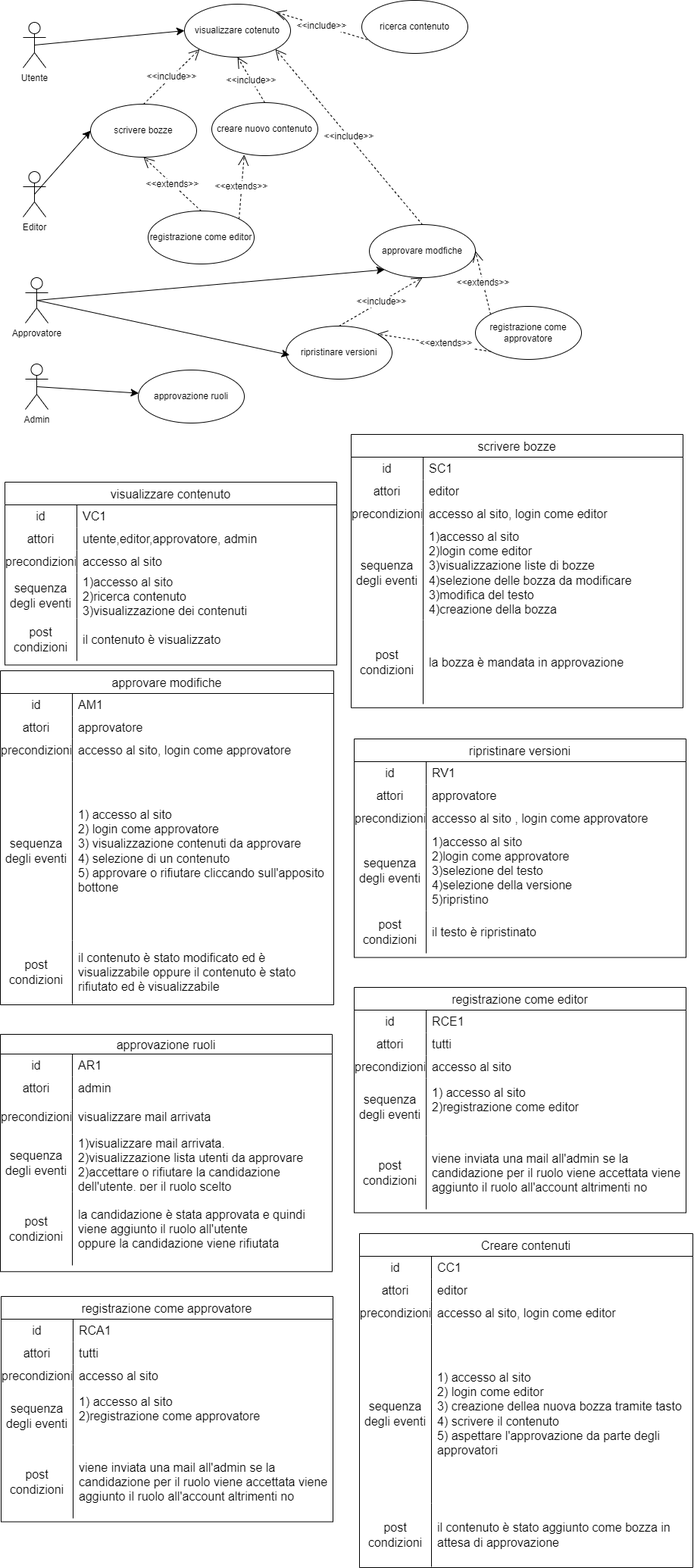
AngeloRipamonti/5C_WikiStudenti_DiDonnaKotisRipamontiTacconi keeps this draw.io diagram as assets/schemas/Casi d'uso.drawio.png. Above is the earlier version. Source tidied: cells renumbered, new cells last; positions are measured from the earlier drawing's top-left corner, leaving out a move shared by most shapes.
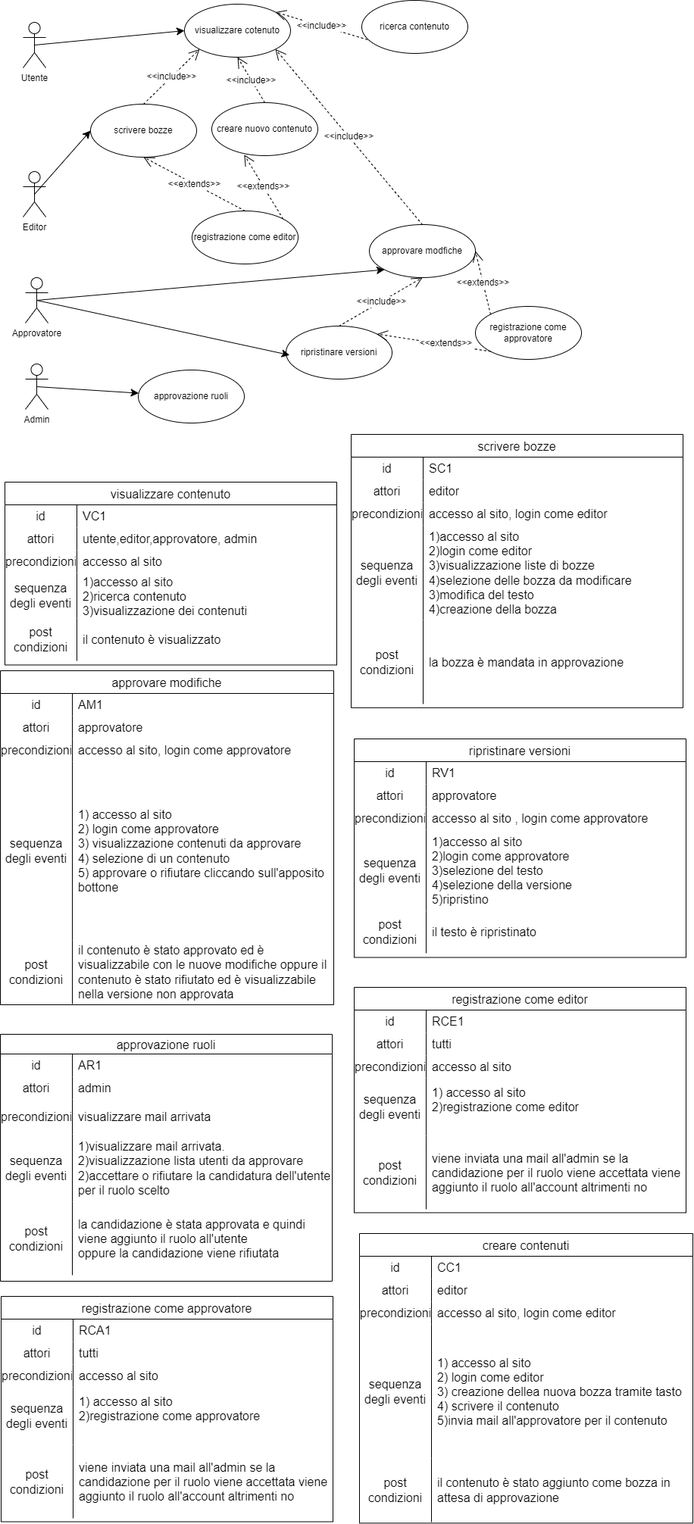
After the commit.

Commit message:
casi d'uso quasi finiti

What changed in the source:
```diff
@@ -194,7 +194,7 @@
     <mxCell id="65" value="post condizioni" style="shape=partialRectangle;html=1;whiteSpace=wrap;fillColor=none;top=0;left=0;bottom=0;right=0;overflow=hidden;strokeColor=inherit;fontSize=16;" parent="64" vertex="1">
       <mxGeometry width="95" height="84" as="geometry" />
     </mxCell>
-    <mxCell id="66" value="il contenuto è stato modificato ed è visualizzabile oppure il contenuto è stato rifiutato ed è visualizzabile" style="shape=partialRectangle;html=1;whiteSpace=wrap;fillColor=none;top=0;left=0;bottom=0;right=0;align=left;spacingLeft=6;overflow=hidden;strokeColor=inherit;fontSize=16;" parent="64" vertex="1">
+    <mxCell id="66" value="il contenuto è stato approvato ed è visualizzabile con le nuove modifiche oppure il contenuto è stato rifiutato ed è visualizzabile nella versione non approvata" style="shape=partialRectangle;html=1;whiteSpace=wrap;fillColor=none;top=0;left=0;bottom=0;right=0;align=left;spacingLeft=6;overflow=hidden;strokeColor=inherit;fontSize=16;" parent="64" vertex="1">
       <mxGeometry x="95" width="345" height="84" as="geometry" />
     </mxCell>
     <mxCell id="67" value="ripristinare versioni" style="shape=table;startSize=30;rowLines=0;fontStyle=0;strokeColor=default;fontSize=16;" parent="1" vertex="1">
@@ -246,7 +246,7 @@
       <mxGeometry x="95" width="343" height="56" as="geometry" />
     </mxCell>
     <mxCell id="83" value="approvazione ruoli" style="shape=table;startSize=26;rowLines=0;fontStyle=0;strokeColor=default;fontSize=16;" parent="1" vertex="1">
-      <mxGeometry y="1365" width="438" height="313.3" as="geometry" />
+      <mxGeometry y="1365" width="438" height="326" as="geometry" />
     </mxCell>
     <mxCell id="84" style="shape=tableRow;horizontal=0;startSize=0;swimlaneHead=0;swimlaneBody=0;top=0;left=0;bottom=0;right=0;fillColor=none;strokeColor=inherit;fontSize=16;" parent="83" vertex="1">
       <mxGeometry y="26" width="438" height="30" as="geometry" />
@@ -276,16 +276,16 @@
       <mxGeometry x="95" width="343" height="46" as="geometry" />
     </mxCell>
     <mxCell id="93" style="shape=tableRow;horizontal=0;startSize=0;swimlaneHead=0;swimlaneBody=0;top=0;left=0;bottom=0;right=0;fillColor=none;strokeColor=inherit;fontSize=16;" parent="83" vertex="1">
-      <mxGeometry y="132" width="438" height="76" as="geometry" />
+      <mxGeometry y="132" width="438" height="89" as="geometry" />
     </mxCell>
     <mxCell id="94" value="sequenza degli eventi" style="shape=partialRectangle;html=1;whiteSpace=wrap;fillColor=none;top=0;left=0;bottom=0;right=0;overflow=hidden;strokeColor=inherit;fontSize=16;" parent="93" vertex="1">
-      <mxGeometry width="95" height="76" as="geometry" />
+      <mxGeometry width="95" height="89" as="geometry" />
     </mxCell>
-    <mxCell id="95" value="1)visualizzare mail arrivata.&lt;div&gt;&lt;font color=&quot;#000000&quot;&gt;2)visualizzazione lista utenti da approvare&lt;br&gt;&lt;/font&gt;&lt;div&gt;2)accettare o rifiutare la candidazione dell'utente. per il ruolo scelto&lt;/div&gt;&lt;/div&gt;" style="shape=partialRectangle;html=1;whiteSpace=wrap;fillColor=none;top=0;left=0;bottom=0;right=0;align=left;spacingLeft=6;overflow=hidden;strokeColor=inherit;fontSize=16;" parent="93" vertex="1">
-      <mxGeometry x="95" width="343" height="76" as="geometry" />
+    <mxCell id="95" value="1)visualizzare mail arrivata.&lt;div&gt;&lt;font color=&quot;#000000&quot;&gt;2)visualizzazione lista utenti da approvare&lt;br&gt;&lt;/font&gt;&lt;div&gt;2)accettare o rifiutare la candidatura dell'utente per il ruolo scelto&lt;/div&gt;&lt;/div&gt;" style="shape=partialRectangle;html=1;whiteSpace=wrap;fillColor=none;top=0;left=0;bottom=0;right=0;align=left;spacingLeft=6;overflow=hidden;strokeColor=inherit;fontSize=16;" parent="93" vertex="1">
+      <mxGeometry x="95" width="343" height="89" as="geometry" />
     </mxCell>
     <mxCell id="96" style="shape=tableRow;horizontal=0;startSize=0;swimlaneHead=0;swimlaneBody=0;top=0;left=0;bottom=0;right=0;fillColor=none;strokeColor=inherit;fontSize=16;" parent="83" vertex="1">
-      <mxGeometry y="208" width="438" height="97" as="geometry" />
+      <mxGeometry y="221" width="438" height="97" as="geometry" />
     </mxCell>
     <mxCell id="97" value="post condizioni" style="shape=partialRectangle;html=1;whiteSpace=wrap;fillColor=none;top=0;left=0;bottom=0;right=0;overflow=hidden;strokeColor=inherit;fontSize=16;" parent="96" vertex="1">
       <mxGeometry width="95" height="97" as="geometry" />
@@ -294,7 +294,7 @@
       <mxGeometry x="95" width="343" height="97" as="geometry" />
     </mxCell>
     <mxCell id="99" value="registrazione come editor" style="ellipse;whiteSpace=wrap;html=1;" parent="1" vertex="1">
-      <mxGeometry x="195" y="278" width="140" height="70" as="geometry" />
+      <mxGeometry x="253" y="278" width="140" height="70" as="geometry" />
     </mxCell>
     <mxCell id="100" value="&amp;lt;&amp;lt;extends&amp;gt;&amp;gt;" style="endArrow=open;endSize=12;dashed=1;html=1;rounded=0;fontSize=12;curved=1;exitX=0.5;exitY=0;exitDx=0;exitDy=0;entryX=0.5;entryY=1;entryDx=0;entryDy=0;" parent="1" edge="1" source="99" target="9">
       <mxGeometry relative="1" as="geometry" />
@@ -413,8 +413,8 @@
     <mxCell id="138" value="&amp;lt;&amp;lt;include&amp;gt;&amp;gt;" style="endArrow=open;endSize=12;dashed=1;html=1;rounded=0;fontSize=12;curved=1;exitX=0.5;exitY=0;exitDx=0;exitDy=0;entryX=0.5;entryY=1;entryDx=0;entryDy=0;" parent="1" edge="1" source="136" target="8">
       <mxGeometry relative="1" as="geometry" />
     </mxCell>
-    <mxCell id="139" value="Creare contenuti" style="shape=table;startSize=30;rowLines=0;fontStyle=0;strokeColor=default;fontSize=16;" parent="1" vertex="1">
-      <mxGeometry x="474" y="1628" width="440" height="441" as="geometry" />
+    <mxCell id="139" value="creare contenuti" style="shape=table;startSize=30;rowLines=0;fontStyle=0;strokeColor=default;fontSize=16;" parent="1" vertex="1">
+      <mxGeometry x="474" y="1628" width="440" height="382.4" as="geometry" />
     </mxCell>
     <mxCell id="140" style="shape=tableRow;horizontal=0;startSize=0;swimlaneHead=0;swimlaneBody=0;top=0;left=0;bottom=0;right=0;fillColor=none;strokeColor=inherit;fontSize=16;" parent="139" vertex="1">
       <mxGeometry y="30" width="440" height="30" as="geometry" />
@@ -444,16 +444,16 @@
       <mxGeometry x="95" width="345" height="30" as="geometry" />
     </mxCell>
     <mxCell id="149" style="shape=tableRow;horizontal=0;startSize=0;swimlaneHead=0;swimlaneBody=0;top=0;left=0;bottom=0;right=0;fillColor=none;strokeColor=inherit;fontSize=16;" parent="139" vertex="1">
-      <mxGeometry y="120" width="440" height="236" as="geometry" />
+      <mxGeometry y="120" width="440" height="177" as="geometry" />
     </mxCell>
     <mxCell id="150" value="sequenza degli eventi" style="shape=partialRectangle;html=1;whiteSpace=wrap;fillColor=none;top=0;left=0;bottom=0;right=0;overflow=hidden;strokeColor=inherit;fontSize=16;" parent="149" vertex="1">
-      <mxGeometry width="95" height="236" as="geometry" />
+      <mxGeometry width="95" height="177" as="geometry" />
     </mxCell>
-    <mxCell id="151" value="1) accesso al sito&lt;div&gt;2) login come editor&lt;/div&gt;&lt;div&gt;3) creazione dellea nuova bozza tramite tasto&lt;/div&gt;&lt;div&gt;4) scrivere il contenuto&lt;/div&gt;&lt;div&gt;5) aspettare l'approvazione da parte degli approvatori&lt;/div&gt;" style="shape=partialRectangle;html=1;whiteSpace=wrap;fillColor=none;top=0;left=0;bottom=0;right=0;align=left;spacingLeft=6;overflow=hidden;strokeColor=inherit;fontSize=16;" parent="149" vertex="1">
-      <mxGeometry x="95" width="345" height="236" as="geometry" />
+    <mxCell id="151" value="1) accesso al sito&lt;div&gt;2) login come editor&lt;/div&gt;&lt;div&gt;3) creazione dellea nuova bozza tramite tasto&lt;/div&gt;&lt;div&gt;4) scrivere il contenuto&lt;/div&gt;&lt;div&gt;5)invia mail all'approvatore per il contenuto&lt;/div&gt;" style="shape=partialRectangle;html=1;whiteSpace=wrap;fillColor=none;top=0;left=0;bottom=0;right=0;align=left;spacingLeft=6;overflow=hidden;strokeColor=inherit;fontSize=16;" parent="149" vertex="1">
+      <mxGeometry x="95" width="345" height="177" as="geometry" />
     </mxCell>
     <mxCell id="152" style="shape=tableRow;horizontal=0;startSize=0;swimlaneHead=0;swimlaneBody=0;top=0;left=0;bottom=0;right=0;fillColor=none;strokeColor=inherit;fontSize=16;" parent="139" vertex="1">
-      <mxGeometry y="356" width="440" height="84" as="geometry" />
+      <mxGeometry y="297" width="440" height="84" as="geometry" />
     </mxCell>
     <mxCell id="153" value="post condizioni" style="shape=partialRectangle;html=1;whiteSpace=wrap;fillColor=none;top=0;left=0;bottom=0;right=0;overflow=hidden;strokeColor=inherit;fontSize=16;" parent="152" vertex="1">
       <mxGeometry width="95" height="84" as="geometry" />
```
